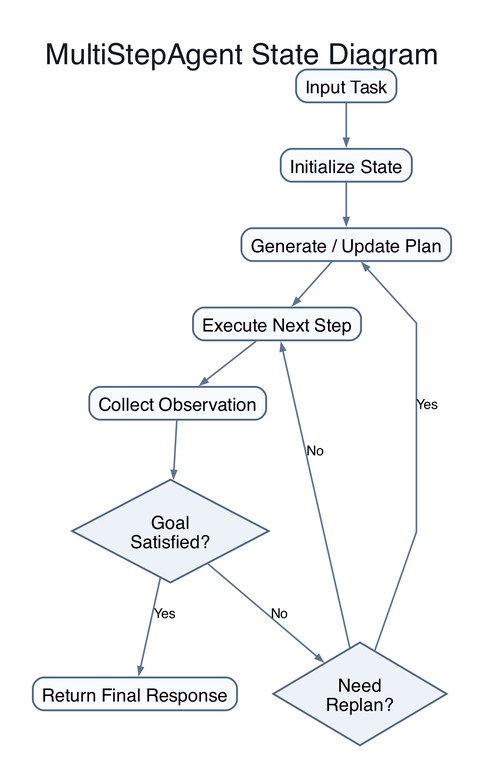
The Graphviz diagram assets/diagram_multistep_state.png in quiznat/tot-hf-survey-artifacts, before a commit. Its source is kept beside it as assets/diagram_multistep_state.dot.
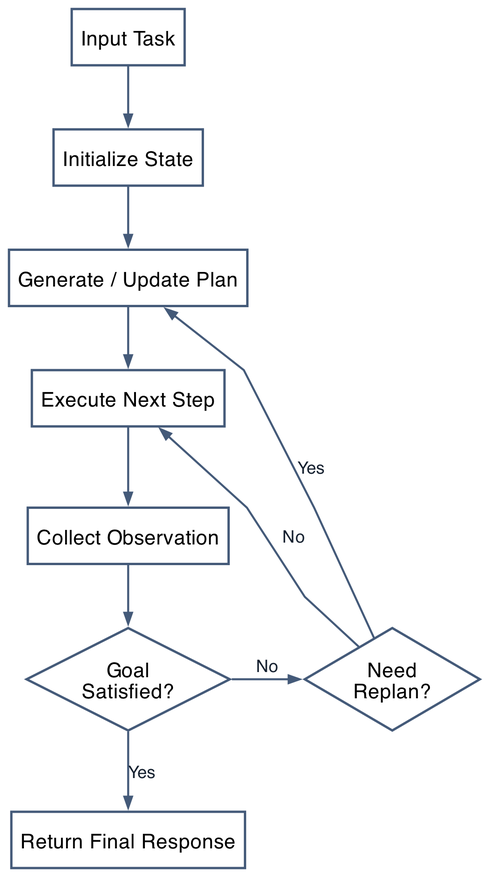
The same diagram one commit later.

What changed in the source:
```diff
@@ -1,20 +1,22 @@
 digraph G {
-  graph [bgcolor="#ffffff", pad="0.35", nodesep="0.55", ranksep="0.70", splines="polyline", fontname="Helvetica", fontcolor="#14181f", labelloc="t", margin="0.15", rankdir="TB", label="MultiStepAgent State Diagram", fontsize="32"];
-  node [shape="box", style="rounded,filled", fillcolor="#f8fbff", color="#4f6485", penwidth="2.0", fontname="Helvetica", fontsize="20", margin="0.14,0.10"];
-  edge [color="#5f7390", penwidth="1.8", arrowsize="0.8", fontname="Helvetica", fontsize="15", labeldistance="1.4"];
+  graph [bgcolor="#ffffff", pad="0.06", nodesep="0.34", ranksep="0.50", splines="polyline", fontname="Helvetica", fontcolor="#162130", margin="0.02", rankdir="TB", ranksep="0.56", nodesep="0.34"];
+  node [shape="box", style="filled", fillcolor="#ffffff", color="#445a79", penwidth="1.5", fontname="Helvetica", fontsize="13", margin="0.08,0.06"];
+  edge [color="#445a79", penwidth="1.3", arrowsize="0.70", fontname="Helvetica", fontsize="11", fontcolor="#162130"];
 
   input [label="Input Task"];
   init [label="Initialize State"];
   plan [label="Generate / Update Plan"];
   step [label="Execute Next Step"];
   observe [label="Collect Observation"];
-  goal [shape="diamond", style="filled", fillcolor="#edf2f8", label="Goal\nSatisfied?"];
-  replan [shape="diamond", style="filled", fillcolor="#edf2f8", label="Need\nReplan?"];
+  goal [shape="diamond", style="filled", fillcolor="#ffffff", color="#445a79", penwidth="1.5", fontname="Helvetica", fontsize="13", margin="0.04,0.04", label="Goal\nSatisfied?"];
+  replan [shape="diamond", style="filled", fillcolor="#ffffff", color="#445a79", penwidth="1.5", fontname="Helvetica", fontsize="13", margin="0.04,0.04", label="Need\nReplan?"];
   out [label="Return Final Response"];
 
   input -> init -> plan -> step -> observe -> goal;
   goal -> out [label="Yes"];
   goal -> replan [label="No"];
-  replan -> plan [label="Yes"];
-  replan -> step [label="No"];
+  replan -> plan [label="Yes", constraint=false];
+  replan -> step [label="No", constraint=false];
+
+  { rank=same; goal; replan }
 }
```
